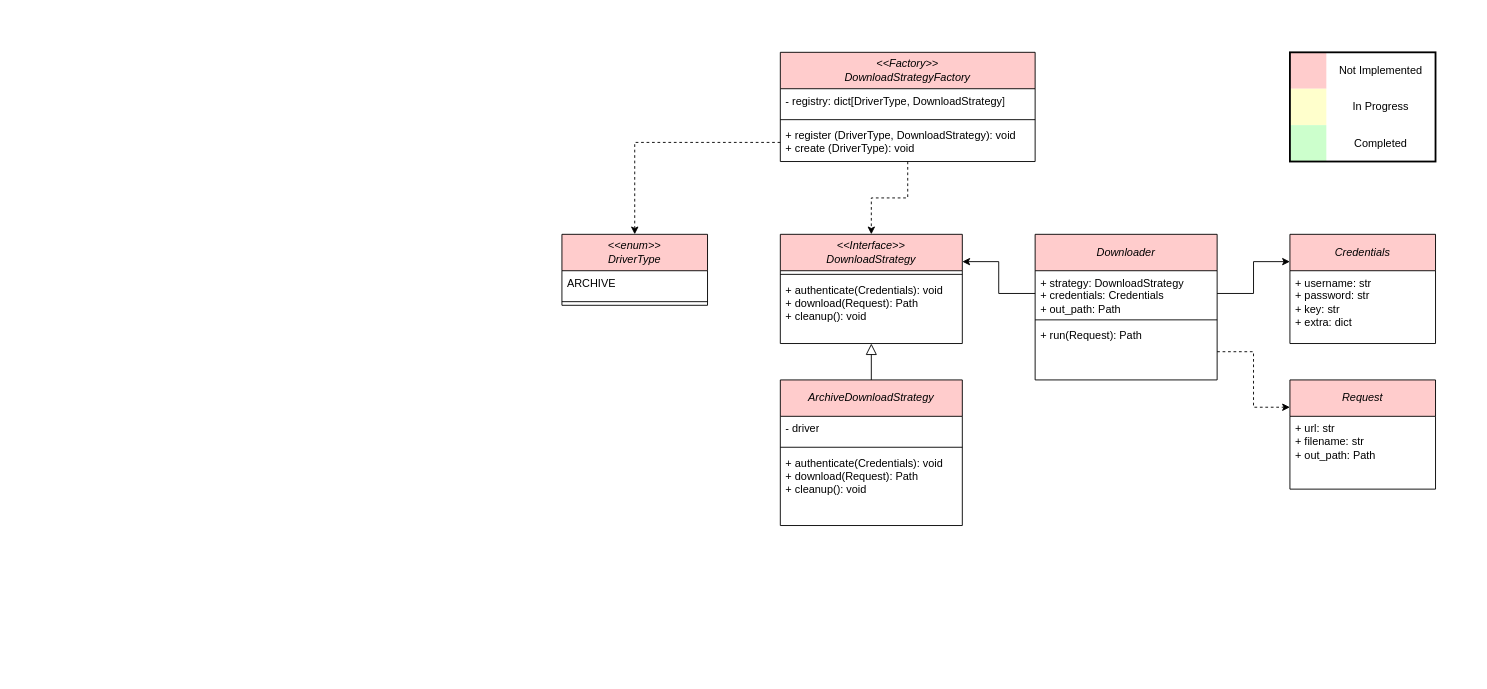
N-Pulse/BMI-SOFT-EMG-Decoding keeps this draw.io diagram as docs/Data Architecture.drawio. Above is the earlier version. Source tidied: cells renumbered, new cells numbered last; positions are measured from the earlier drawing's top-left corner, leaving out a move shared by most shapes. Both pictures are drawn from the tidied source at 91%, with x=0, y=0 at pixel (525, 15).
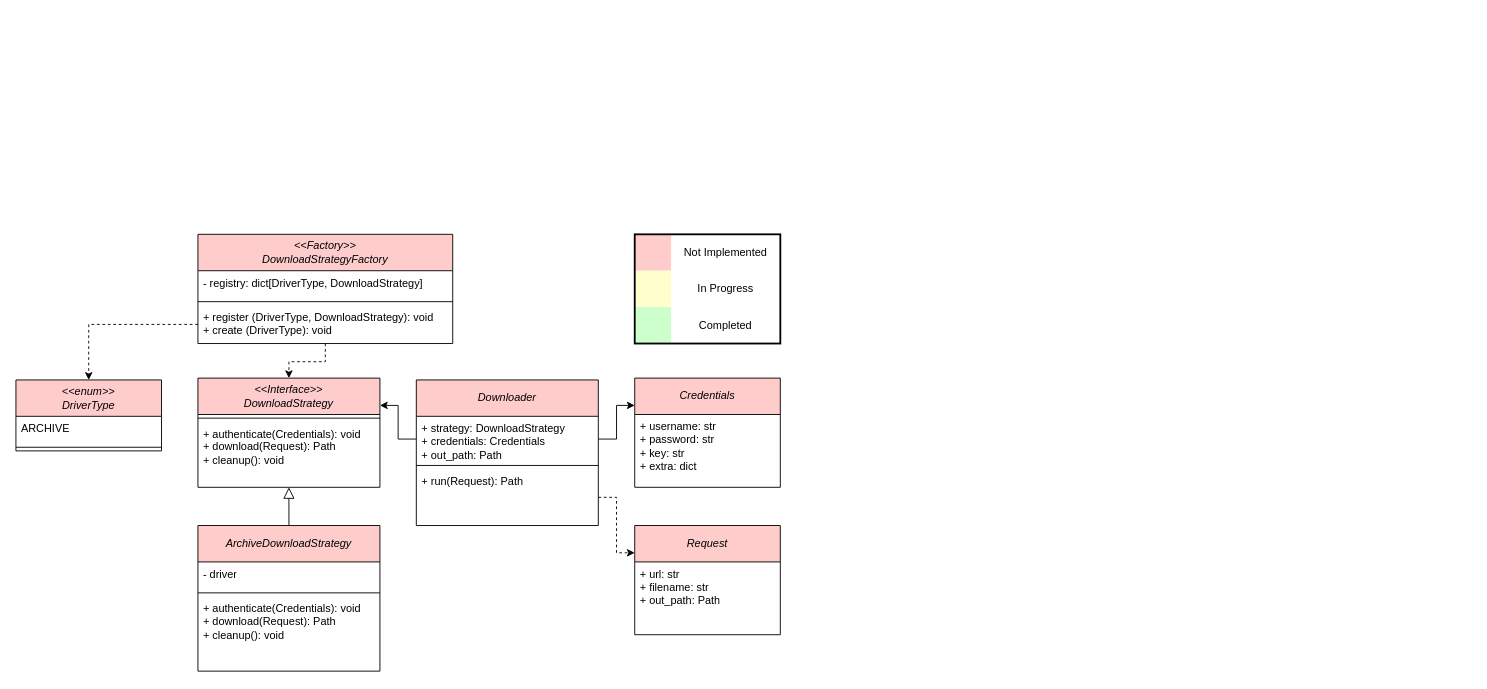
The same page after the edit.

What changed in the source:
```diff
@@
-    <mxCell id="2" style="rounded=0;whiteSpace=wrap;html=1;strokeColor=none;" parent="1" vertex="1">
-      <mxGeometry width="1040" height="600" as="geometry" />
-    </mxCell>
+    <mxCell id="37" value="Not Implemented" style="text;html=1;whiteSpace=wrap;strokeColor=none;fillColor=none;align=center;verticalAlign=middle;rounded=0;" parent="1" vertex="1">
+      <mxGeometry x="160" y="240" width="120" height="40" as="geometry" />
+    </mxCell>
     <mxCell id="3" value="&lt;span style=&quot;font-weight: normal;&quot;&gt;&lt;i&gt;Downloader&lt;/i&gt;&lt;/span&gt;" style="swimlane;fontStyle=1;align=center;verticalAlign=middle;horizontal=1;startSize=40;whiteSpace=wrap;html=1;fillColor=#FFCCCC;" parent="1" vertex="1">
-      <mxGeometry x="560" y="240" width="200" height="160" as="geometry" />
+      <mxGeometry x="-120" y="400" width="200" height="160" as="geometry" />
     </mxCell>
@@
     <mxCell id="7" value="&lt;span style=&quot;font-weight: normal;&quot;&gt;&lt;i&gt;Credentials&lt;/i&gt;&lt;/span&gt;" style="swimlane;fontStyle=1;align=center;verticalAlign=middle;horizontal=1;startSize=40;whiteSpace=wrap;html=1;fillColor=#FFCCCC;" parent="1" vertex="1">
-      <mxGeometry x="840" y="240" width="160" height="120" as="geometry" />
+      <mxGeometry x="120" y="398" width="160" height="120" as="geometry" />
     </mxCell>
@@
     <mxCell id="11" value="&lt;span style=&quot;font-weight: normal;&quot;&gt;&lt;i&gt;Request&lt;/i&gt;&lt;/span&gt;" style="swimlane;fontStyle=1;align=center;verticalAlign=middle;horizontal=1;startSize=40;whiteSpace=wrap;html=1;fillColor=#FFCCCC;" parent="1" vertex="1">
-      <mxGeometry x="840" y="400" width="160" height="120" as="geometry" />
+      <mxGeometry x="120" y="560" width="160" height="120" as="geometry" />
     </mxCell>
@@
     <mxCell id="14" value="&lt;div&gt;&lt;span style=&quot;font-weight: normal;&quot;&gt;&lt;i&gt;&amp;lt;&amp;lt;Interface&amp;gt;&amp;gt;&lt;/i&gt;&lt;/span&gt;&lt;/div&gt;&lt;span style=&quot;font-weight: normal;&quot;&gt;&lt;i&gt;DownloadStrategy&lt;/i&gt;&lt;/span&gt;" style="swimlane;fontStyle=1;align=center;verticalAlign=middle;horizontal=1;startSize=40;whiteSpace=wrap;html=1;fillColor=#FFCCCC;" parent="1" vertex="1">
-      <mxGeometry x="280" y="240" width="200" height="120" as="geometry" />
+      <mxGeometry x="-360" y="398" width="200" height="120" as="geometry" />
     </mxCell>
@@
     <mxCell id="18" value="&lt;div&gt;&lt;span style=&quot;font-weight: normal;&quot;&gt;&lt;i&gt;&amp;lt;&amp;lt;Factory&amp;gt;&amp;gt;&lt;/i&gt;&lt;/span&gt;&lt;/div&gt;&lt;span style=&quot;font-weight: normal;&quot;&gt;&lt;i&gt;DownloadStrategyFactory&lt;/i&gt;&lt;/span&gt;" style="swimlane;fontStyle=1;align=center;verticalAlign=middle;horizontal=1;startSize=40;whiteSpace=wrap;html=1;fillColor=#FFCCCC;" parent="1" vertex="1">
-      <mxGeometry x="280" y="40" width="280" height="120" as="geometry" />
+      <mxGeometry x="-360" y="240" width="280" height="120" as="geometry" />
     </mxCell>
@@
     <mxCell id="22" value="&lt;div&gt;&lt;span style=&quot;font-weight: normal;&quot;&gt;&lt;i&gt;&amp;lt;&amp;lt;enum&amp;gt;&amp;gt;&lt;/i&gt;&lt;/span&gt;&lt;/div&gt;&lt;span style=&quot;font-weight: normal;&quot;&gt;&lt;i&gt;DriverType&lt;/i&gt;&lt;/span&gt;" style="swimlane;fontStyle=1;align=center;verticalAlign=middle;horizontal=1;startSize=40;whiteSpace=wrap;html=1;fillColor=#FFCCCC;" parent="1" vertex="1">
-      <mxGeometry x="40" y="240" width="160" height="78" as="geometry" />
+      <mxGeometry x="-560" y="400" width="160" height="78" as="geometry" />
     </mxCell>
@@
     <mxCell id="27" value="&lt;i style=&quot;font-weight: 400;&quot;&gt;ArchiveDownloadStrategy&lt;/i&gt;" style="swimlane;fontStyle=1;align=center;verticalAlign=middle;horizontal=1;startSize=40;whiteSpace=wrap;html=1;fillColor=#FFCCCC;" parent="1" vertex="1">
-      <mxGeometry x="280" y="400" width="200" height="160" as="geometry" />
+      <mxGeometry x="-360" y="560" width="200" height="160" as="geometry" />
     </mxCell>
@@
-    <mxCell id="31" style="group;" parent="1" vertex="1">
-      <mxGeometry x="840" y="40" width="160" height="120" as="geometry" />
-    </mxCell>
-    <mxCell id="32" style="rounded=0;whiteSpace=wrap;html=1;strokeColor=none;" parent="31" vertex="1">
-      <mxGeometry x="40" width="120" height="120" as="geometry" />
-    </mxCell>
-    <mxCell id="33" style="whiteSpace=wrap;html=1;strokeColor=none;fillColor=light-dark(#FFCCCC,#FFCCE6);" parent="31" vertex="1">
-      <mxGeometry width="40" height="40" as="geometry" />
+    <mxCell id="33" style="whiteSpace=wrap;html=1;strokeColor=none;fillColor=light-dark(#FFCCCC,#FFCCE6);" parent="1" vertex="1">
+      <mxGeometry x="120" y="240" width="40" height="40" as="geometry" />
     </mxCell>
-    <mxCell id="34" style="whiteSpace=wrap;html=1;strokeColor=none;fillColor=light-dark(#FFFFCC,#FFCCE6);" parent="31" vertex="1">
-      <mxGeometry y="40" width="40" height="40" as="geometry" />
+    <mxCell id="34" style="whiteSpace=wrap;html=1;strokeColor=none;fillColor=light-dark(#FFFFCC,#FFCCE6);" parent="1" vertex="1">
+      <mxGeometry x="120" y="280" width="40" height="40" as="geometry" />
     </mxCell>
-    <mxCell id="35" style="whiteSpace=wrap;html=1;strokeColor=none;fillColor=light-dark(#CCFFCC,#FFCCE6);" parent="31" vertex="1">
-      <mxGeometry y="80" width="40" height="40" as="geometry" />
+    <mxCell id="35" style="whiteSpace=wrap;html=1;strokeColor=none;fillColor=light-dark(#CCFFCC,#FFCCE6);" parent="1" vertex="1">
+      <mxGeometry x="120" y="320" width="40" height="40" as="geometry" />
     </mxCell>
-    <mxCell id="36" style="rounded=0;whiteSpace=wrap;html=1;fillColor=none;strokeWidth=2;" parent="31" vertex="1">
-      <mxGeometry width="160" height="120" as="geometry" />
-    </mxCell>
-    <mxCell id="37" value="Not Implemented" style="text;html=1;whiteSpace=wrap;strokeColor=none;fillColor=none;align=center;verticalAlign=middle;rounded=0;" parent="31" vertex="1">
-      <mxGeometry x="40" width="120" height="40" as="geometry" />
-    </mxCell>
-    <mxCell id="38" value="In&amp;nbsp;&lt;span style=&quot;background-color: transparent; color: light-dark(rgb(0, 0, 0), rgb(255, 255, 255));&quot;&gt;Progress&lt;/span&gt;" style="text;html=1;whiteSpace=wrap;strokeColor=none;fillColor=none;align=center;verticalAlign=middle;rounded=0;" parent="31" vertex="1">
-      <mxGeometry x="40" y="40" width="120" height="40" as="geometry" />
+    <mxCell id="38" value="In&amp;nbsp;&lt;span style=&quot;background-color: transparent; color: light-dark(rgb(0, 0, 0), rgb(255, 255, 255));&quot;&gt;Progress&lt;/span&gt;" style="text;html=1;whiteSpace=wrap;strokeColor=none;fillColor=none;align=center;verticalAlign=middle;rounded=0;" parent="1" vertex="1">
+      <mxGeometry x="160" y="280" width="120" height="40" as="geometry" />
     </mxCell>
-    <mxCell id="39" value="Completed" style="text;html=1;whiteSpace=wrap;strokeColor=none;fillColor=none;align=center;verticalAlign=middle;rounded=0;" parent="31" vertex="1">
-      <mxGeometry x="40" y="80" width="120" height="40" as="geometry" />
+    <mxCell id="39" value="Completed" style="text;html=1;whiteSpace=wrap;strokeColor=none;fillColor=none;align=center;verticalAlign=middle;rounded=0;" parent="1" vertex="1">
+      <mxGeometry x="160" y="320" width="120" height="40" as="geometry" />
     </mxCell>
+    <mxCell id="36" style="rounded=0;whiteSpace=wrap;html=1;fillColor=none;strokeWidth=2;" parent="1" vertex="1">
+      <mxGeometry x="120" y="240" width="160" height="120" as="geometry" />
+    </mxCell>
```
